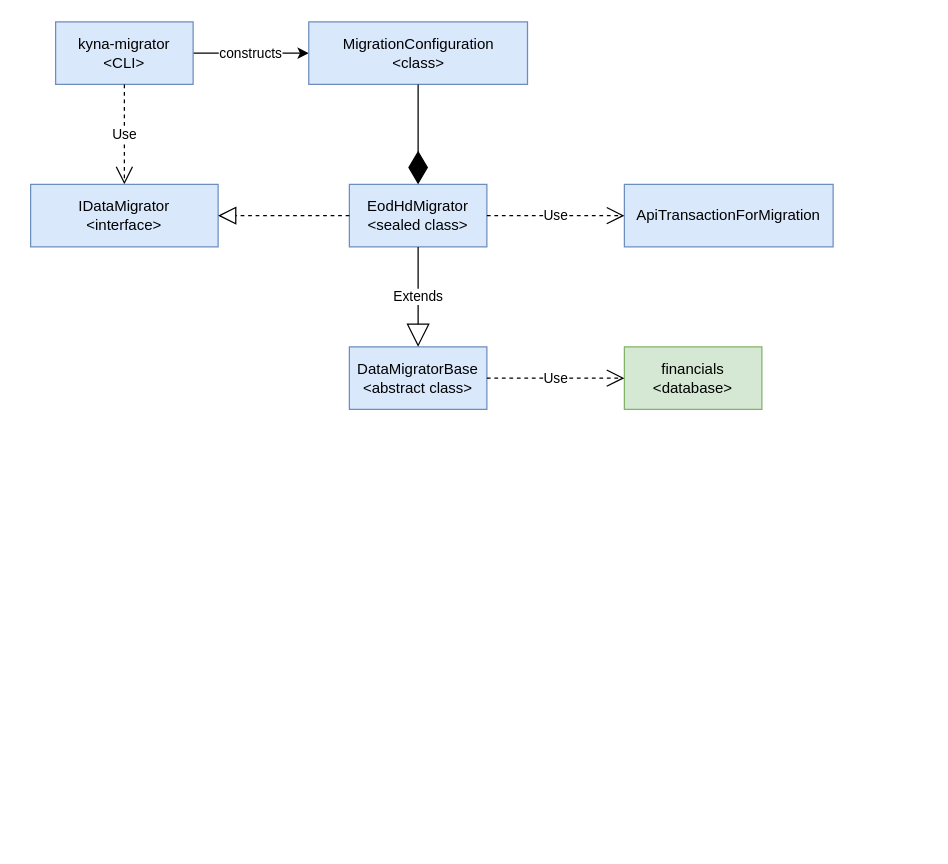
The draw.io diagram page "Data Migration" (5 of 5) of docs/drawio/Kyna.drawio in vicsharp-shibusa/kyna, before the edit. Source tidied: cells renumbered, new cells numbered last; positions are measured from the earlier drawing's top-left corner, leaving out a move shared by most shapes. Both pictures are drawn from the tidied source at 125%, with x=0, y=0 at pixel (30, 21).
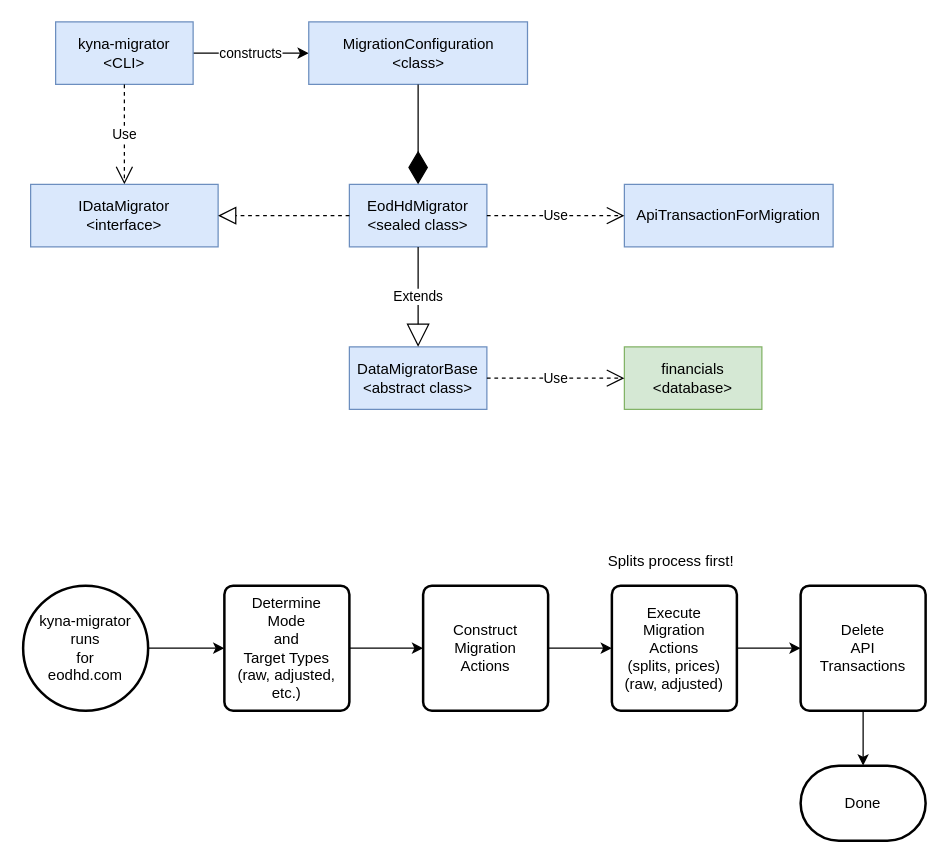
The same page after the edit.

Change to the diagram source:
```diff
@@
+    <mxCell id="16" style="edgeStyle=none;rounded=0;jettySize=auto;html=1;" parent="1" edge="1" source="17" target="21">
+      <mxGeometry relative="1" as="geometry" />
+    </mxCell>
+    <mxCell id="17" value="kyna-migrator&lt;br&gt;runs&lt;br&gt;for&lt;br&gt;eodhd.com" style="strokeWidth=2;html=1;shape=mxgraph.flowchart.start_2;whiteSpace=wrap;" parent="1" vertex="1">
+      <mxGeometry x="-6" y="451" width="100" height="100" as="geometry" />
+    </mxCell>
+    <mxCell id="18" style="edgeStyle=none;rounded=0;jettySize=auto;html=1;" parent="1" edge="1" source="19" target="25">
+      <mxGeometry relative="1" as="geometry" />
+    </mxCell>
+    <mxCell id="19" value="Execute&lt;br&gt;Migration&lt;br&gt;Actions&lt;br&gt;(splits, prices)&lt;br&gt;(raw, adjusted)" style="rounded=1;whiteSpace=wrap;html=1;absoluteArcSize=1;arcSize=14;strokeWidth=2;" parent="1" vertex="1">
+      <mxGeometry x="465" y="451" width="100" height="100" as="geometry" />
+    </mxCell>
+    <mxCell id="20" style="edgeStyle=none;rounded=0;jettySize=auto;html=1;" parent="1" edge="1" source="21" target="23">
+      <mxGeometry relative="1" as="geometry" />
+    </mxCell>
+    <mxCell id="21" value="Determine&lt;br&gt;Mode&lt;br&gt;and&lt;br&gt;Target Types&lt;br&gt;(raw, adjusted, etc.)" style="rounded=1;whiteSpace=wrap;html=1;absoluteArcSize=1;arcSize=14;strokeWidth=2;" parent="1" vertex="1">
+      <mxGeometry x="155" y="451" width="100" height="100" as="geometry" />
+    </mxCell>
+    <mxCell id="22" style="edgeStyle=none;rounded=0;jettySize=auto;html=1;" parent="1" edge="1" source="23" target="19">
+      <mxGeometry relative="1" as="geometry" />
+    </mxCell>
+    <mxCell id="23" value="Construct&lt;br&gt;Migration&lt;br&gt;Actions" style="rounded=1;whiteSpace=wrap;html=1;absoluteArcSize=1;arcSize=14;strokeWidth=2;" parent="1" vertex="1">
+      <mxGeometry x="314" y="451" width="100" height="100" as="geometry" />
+    </mxCell>
+    <mxCell id="24" style="edgeStyle=none;rounded=0;jettySize=auto;html=1;" parent="1" edge="1" source="25" target="26">
+      <mxGeometry relative="1" as="geometry" />
+    </mxCell>
+    <mxCell id="25" value="Delete&lt;br&gt;API&lt;br&gt;Transactions" style="rounded=1;whiteSpace=wrap;html=1;absoluteArcSize=1;arcSize=14;strokeWidth=2;" parent="1" vertex="1">
+      <mxGeometry x="616" y="451" width="100" height="100" as="geometry" />
+    </mxCell>
+    <mxCell id="26" value="Done" style="strokeWidth=2;html=1;shape=mxgraph.flowchart.terminator;whiteSpace=wrap;" parent="1" vertex="1">
+      <mxGeometry x="616" y="595" width="100" height="60" as="geometry" />
+    </mxCell>
+    <mxCell id="27" value="Splits process first!" style="text;html=1;align=center;verticalAlign=middle;strokeColor=none;fillColor=none;" parent="1" vertex="1">
+      <mxGeometry x="452" y="419" width="119" height="26" as="geometry" />
+    </mxCell>
```
